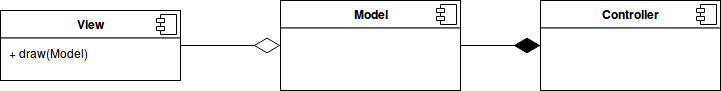
Before: hw06/ComponentDiagram.png, a diagram exported from draw.io (RamSaw/SoftwareDesign). Source tidied: cells renumbered, new cells last; positions are measured from the earlier drawing's top-left corner, leaving out a move shared by most shapes.
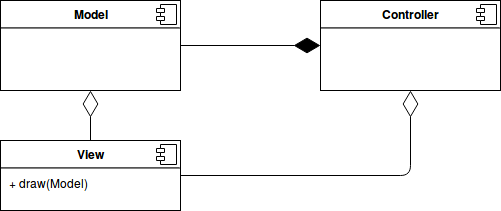
After the change.

Change to the diagram source:
```diff
@@ -3,7 +3,7 @@
     <mxCell id="0" />
     <mxCell id="1" parent="0" />
     <mxCell id="2" value="&lt;p style=&quot;margin: 0px ; margin-top: 6px ; text-align: center&quot;&gt;&lt;b&gt;View&lt;/b&gt;&lt;/p&gt;&lt;hr&gt;&lt;p style=&quot;margin: 0px ; margin-left: 8px&quot;&gt;+ draw(Model)&lt;/p&gt;" style="align=left;overflow=fill;html=1;" parent="1" vertex="1">
-      <mxGeometry y="10" width="180" height="70" as="geometry" />
+      <mxGeometry y="40" width="180" height="70" as="geometry" />
     </mxCell>
     <mxCell id="3" style="shape=component;jettyWidth=8;jettyHeight=4;" parent="2" vertex="1">
       <mxGeometry x="1" width="20" height="20" relative="1" as="geometry">
@@ -11,7 +11,7 @@
       </mxGeometry>
     </mxCell>
     <mxCell id="4" value="&lt;p style=&quot;margin: 0px ; margin-top: 6px ; text-align: center&quot;&gt;&lt;b&gt;Model&lt;/b&gt;&lt;/p&gt;&lt;hr&gt;&lt;p style=&quot;margin: 0px ; margin-left: 8px&quot;&gt;&lt;br&gt;&lt;/p&gt;" style="align=left;overflow=fill;html=1;" parent="1" vertex="1">
-      <mxGeometry x="280" width="180" height="90" as="geometry" />
+      <mxGeometry y="-100" width="180" height="90" as="geometry" />
     </mxCell>
     <mxCell id="5" style="shape=component;jettyWidth=8;jettyHeight=4;" parent="4" vertex="1">
       <mxGeometry x="1" width="20" height="20" relative="1" as="geometry">
@@ -19,18 +19,25 @@
       </mxGeometry>
     </mxCell>
     <mxCell id="6" value="&lt;p style=&quot;margin: 0px ; margin-top: 6px ; text-align: center&quot;&gt;&lt;b&gt;Controller&lt;/b&gt;&lt;/p&gt;&lt;hr&gt;&lt;p style=&quot;margin: 0px ; margin-left: 8px&quot;&gt;&lt;br&gt;&lt;/p&gt;" style="align=left;overflow=fill;html=1;" parent="1" vertex="1">
-      <mxGeometry x="540" width="180" height="90" as="geometry" />
+      <mxGeometry x="320" y="-100" width="180" height="90" as="geometry" />
     </mxCell>
     <mxCell id="7" style="shape=component;jettyWidth=8;jettyHeight=4;" parent="6" vertex="1">
       <mxGeometry x="1" width="20" height="20" relative="1" as="geometry">
         <mxPoint x="-24" y="4" as="offset" />
       </mxGeometry>
     </mxCell>
-    <mxCell id="8" style="endArrow=diamondThin;endFill=0;endSize=24;html=1;exitX=1;exitY=0.5;exitDx=0;exitDy=0;entryX=0;entryY=0.5;entryDx=0;entryDy=0;" parent="1" edge="1" source="2" target="4">
+    <mxCell id="8" style="endArrow=diamondThin;endFill=0;endSize=24;html=1;exitX=0.5;exitY=0;exitDx=0;exitDy=0;entryX=0.5;entryY=1;entryDx=0;entryDy=0;" parent="1" edge="1" source="2" target="4">
       <mxGeometry relative="1" as="geometry" />
     </mxCell>
     <mxCell id="9" style="endArrow=diamondThin;endFill=1;endSize=24;html=1;entryX=0;entryY=0.5;entryDx=0;entryDy=0;exitX=1;exitY=0.5;exitDx=0;exitDy=0;" parent="1" edge="1" source="4" target="6">
       <mxGeometry relative="1" as="geometry" />
     </mxCell>
+    <mxCell id="10" style="endArrow=diamondThin;endFill=0;endSize=24;html=1;exitX=1;exitY=0.5;exitDx=0;exitDy=0;entryX=0.5;entryY=1;entryDx=0;entryDy=0;" parent="1" edge="1" source="2" target="6">
+      <mxGeometry relative="1" as="geometry">
+        <Array as="points">
+          <mxPoint x="410" y="75" />
+        </Array>
+      </mxGeometry>
+    </mxCell>
   </root>
 </mxGraphModel>
```
